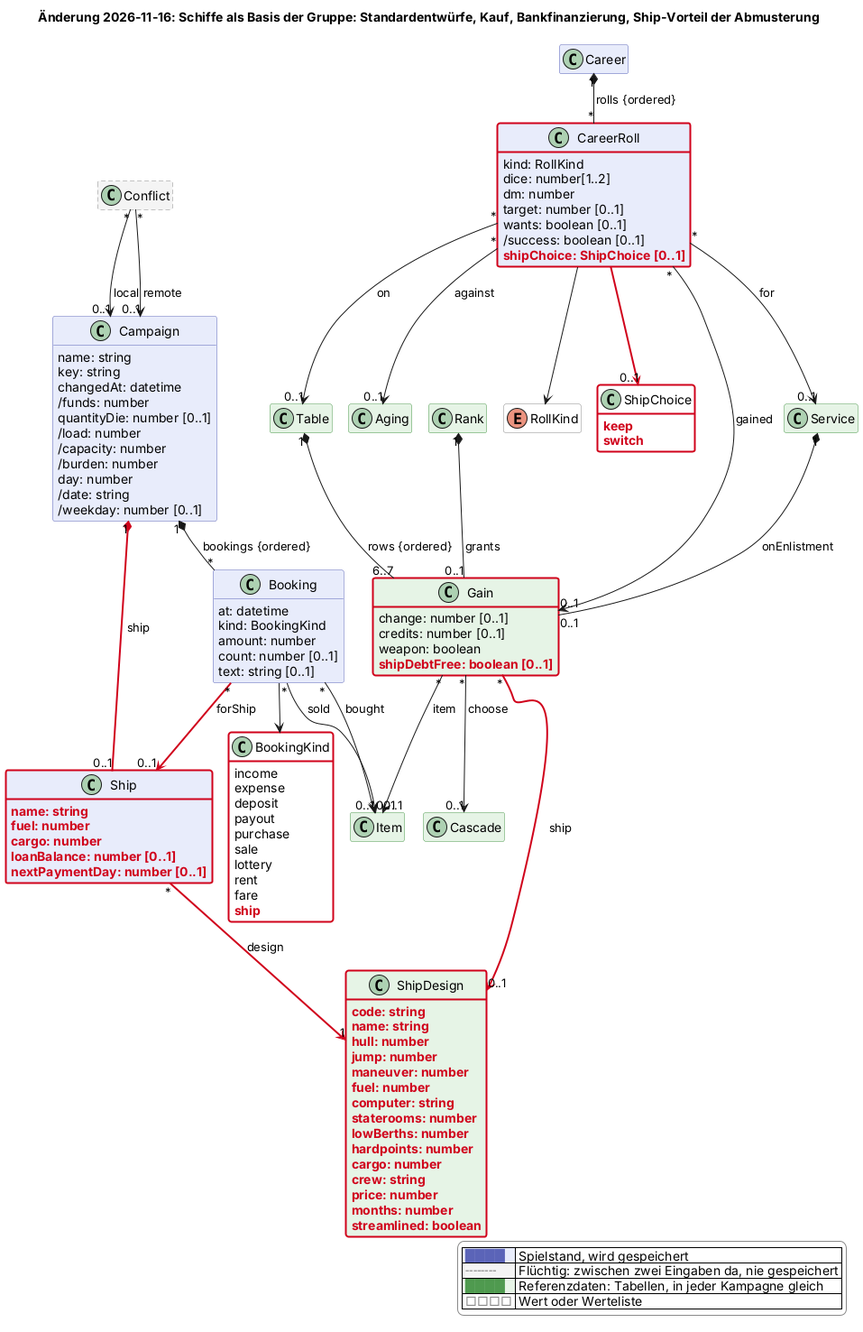
scuzzar/SRE keeps this PlantUML diagram as docs/changes/2026-11-16-schiffe-basis.png. Above is the earlier version. The source it was exported from:
```plantuml
@startuml
!$change = "2026-11-16"
!if %not(%variable_exists("$change"))
!$change = "*"
!endif
!function $marked($c)
!return $change == "*" || $change == $c
!endfunction
!function $new($c, $t)
!if $marked($c)
!return "<color:#d0021b><b>" + $t + "</b></color>"
!endif
!return $t
!endfunction
!procedure $gone($c, $t)
!if $marked($c)
<color:#d0021b><s>$t</s></color>
!endif
!endprocedure
!function $newClass($c)
!if $marked($c)
!return "#line:d0021b;line.bold"
!endif
!return ""
!endfunction
!function $newArrow($c)
!if $marked($c)
!return "[#d0021b,bold]"
!endif
!return ""
!endfunction
!function $goneArrow($c)
!if $marked($c)
!return "[#d0021b,dashed]"
!endif
!return ""
!endfunction
!pragma layout smetana
title Änderung 2026-11-16: Schiffe als Basis der Gruppe: Standardentwürfe, Kauf, Bankfinanzierung, Ship-Vorteil der Abmusterung
hide empty members
hide methods
skinparam classAttributeIconSize 0
skinparam shadowing false
skinparam packageStyle rectangle
skinparam class {
  BackgroundColor #e8ecfb
  BorderColor #5b64b8
  BackgroundColor<<transient>> #f4f4f4
  BorderColor<<transient>> #8a8a8a
  BackgroundColor<<reference>> #e6f4e6
  BorderColor<<reference>> #4f9a4f
  BackgroundColor<<value>> #ffffff
  BorderColor<<value>> #8a8a8a
}
skinparam legendBackgroundColor #ffffff
skinparam legendBorderColor #8a8a8a
<style>
classDiagram {
  class {
    .transient {
      LineStyle 5-3
    }
  }
}
</style>
hide <<transient>> stereotype
hide <<reference>> stereotype
hide <<value>> stereotype

  class Campaign $kampagne {
    name: string
    key: string
    changedAt: datetime
    /funds: number
    quantityDie: number [0..1]
    /load: number
    /capacity: number
    /burden: number
    day: number
    /date: string
    /weekday: number [0..1]
  }
  class Booking $shop {
    at: datetime
    kind: BookingKind
    amount: number
    count: number [0..1]
    text: string [0..1]
  }
  enum BookingKind <<value>> $shop {
    income
    expense
    deposit
    payout
    purchase
    sale
    lottery
    rent
    fare
    $new("2026-11-16", "ship")
  }

  class Ship $schiffe $newClass("2026-11-16") {
    $new("2026-11-16", "name: string")
    $new("2026-11-16", "fuel: number")
    $new("2026-11-16", "cargo: number")
    $new("2026-11-16", "loanBalance: number [0..1]")
    $new("2026-11-16", "nextPaymentDay: number [0..1]")
  }
  class ShipDesign <<reference>> $schiffe $newClass("2026-11-16") {
    $new("2026-11-16", "code: string")
    $new("2026-11-16", "name: string")
    $new("2026-11-16", "hull: number")
    $new("2026-11-16", "jump: number")
    $new("2026-11-16", "maneuver: number")
    $new("2026-11-16", "fuel: number")
    $new("2026-11-16", "computer: string")
    $new("2026-11-16", "staterooms: number")
    $new("2026-11-16", "lowBerths: number")
    $new("2026-11-16", "hardpoints: number")
    $new("2026-11-16", "cargo: number")
    $new("2026-11-16", "crew: string")
    $new("2026-11-16", "price: number")
    $new("2026-11-16", "months: number")
    $new("2026-11-16", "streamlined: boolean")
  }

  class Career $erschaffung
  class CareerRoll $erschaffung {
    kind: RollKind
    dice: number[1..2]
    dm: number
    target: number [0..1]
    wants: boolean [0..1]
    /success: boolean [0..1]
    $new("2026-11-16", "shipChoice: ShipChoice [0..1]")
  }




  class Conflict <<transient>> $kampagne

  class Service <<reference>> $erschaffung
  class Rank <<reference>> $erschaffung
  class Table <<reference>> $erschaffung
  class Gain <<reference>> $erschaffung {
    change: number [0..1]
    credits: number [0..1]
    weapon: boolean
    $new("2026-11-16", "shipDebtFree: boolean [0..1]")
  }
  class Item <<reference>> $shop
  class Cascade <<reference>> $erschaffung
  class Aging <<reference>> $erschaffung
  enum RollKind <<value>> $erschaffung
  enum ShipChoice <<value>> $erschaffung $newClass("2026-11-16") {
    $new("2026-11-16", "keep")
    $new("2026-11-16", "switch")
  }

Campaign "1" *-- "*" Booking : bookings {ordered}
Conflict "*" --> "0..1" Campaign : local
Conflict "*" --> "0..1" Campaign : remote
Booking "*" --> "0..1" Item : bought
Booking "*" --> "0..1" Item : sold
Booking --> BookingKind

Campaign "1" *-$newArrow("2026-11-16")-- "0..1" Ship : ship
Ship "*" -$newArrow("2026-11-16")-> "1" ShipDesign : design
Booking "*" -$newArrow("2026-11-16")-> "0..1" Ship : forShip
Gain "*" -$newArrow("2026-11-16")-> "0..1" ShipDesign : ship


Career "1" *-- "*" CareerRoll : rolls {ordered}
CareerRoll --> RollKind
CareerRoll -$newArrow("2026-11-16")-> "0..1" ShipChoice
CareerRoll "*" --> "0..1" Service : for
CareerRoll "*" --> "0..1" Table : on
CareerRoll "*" --> "0..1" Gain : gained
CareerRoll "*" --> "0..1" Aging : against

Service "1" *-- "0..1" Gain : onEnlistment
Rank "1" *-- "0..1" Gain : grants
Table "1" *-- "6..7" Gain : rows {ordered}
Gain "*" --> "0..1" Cascade : choose
Gain "*" --> "0..1" Item : item










legend right
  |<#e8ecfb> <color:#5b64b8>████</color> | Spielstand, wird gespeichert |
  |<#f4f4f4> <color:#8a8a8a>╌╌╌╌</color> | Flüchtig: zwischen zwei Eingaben da, nie gespeichert |
  |<#e6f4e6> <color:#4f9a4f>████</color> | Referenzdaten: Tabellen, in jeder Kampagne gleich |
  |<#ffffff> <color:#8a8a8a>□□□□</color> | Wert oder Werteliste |
endlegend
class BookingKind #line:d0021b;line.bold
class Ship #line:d0021b;line.bold
class ShipDesign #line:d0021b;line.bold
class CareerRoll #line:d0021b;line.bold
class Gain #line:d0021b;line.bold
class ShipChoice #line:d0021b;line.bold
@enduml
```
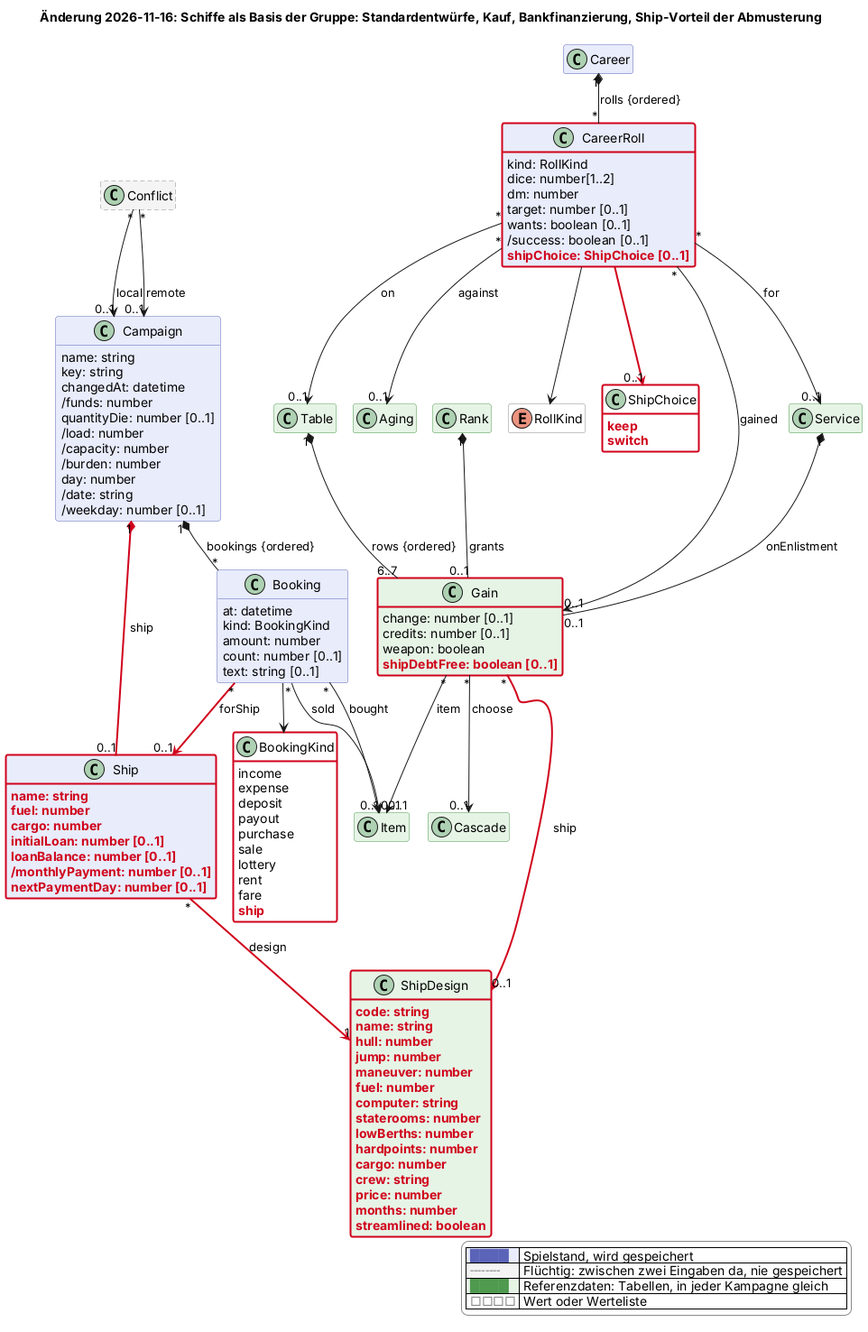
Later version of the same file.

Commit message:
Schiffe (Entwurf): Kreditsumme am Schiff speichern statt aus dem Preis herzuleiten

The edit, as a diff of the source:
```diff
@@ -104,7 +104,9 @@
     $new("2026-11-16", "name: string")
     $new("2026-11-16", "fuel: number")
     $new("2026-11-16", "cargo: number")
+    $new("2026-11-16", "initialLoan: number [0..1]")
     $new("2026-11-16", "loanBalance: number [0..1]")
+    $new("2026-11-16", "/monthlyPayment: number [0..1]")
     $new("2026-11-16", "nextPaymentDay: number [0..1]")
   }
   class ShipDesign <<reference>> $schiffe $newClass("2026-11-16") {
```
